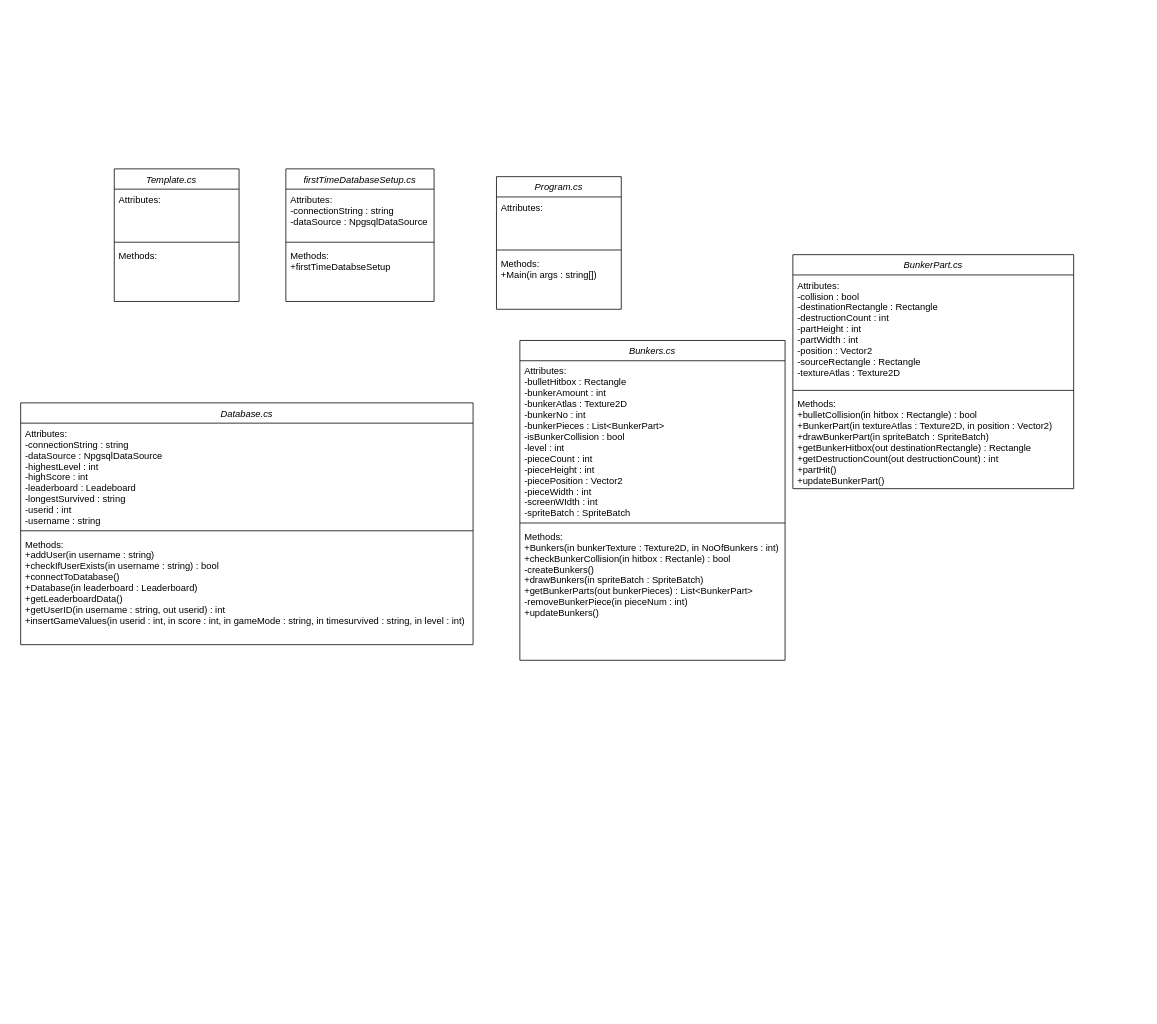
The draw.io diagram Diagrams/ClassDiagramFinal.drawio in Ferogreywolf7/Alien-Attack, before the edit. Source tidied: cells renumbered, new cells numbered last; positions are measured from the earlier drawing's top-left corner, leaving out a move shared by most shapes. Both pictures are drawn from the tidied source at 78%, with x=0, y=0 at pixel (20, 168).
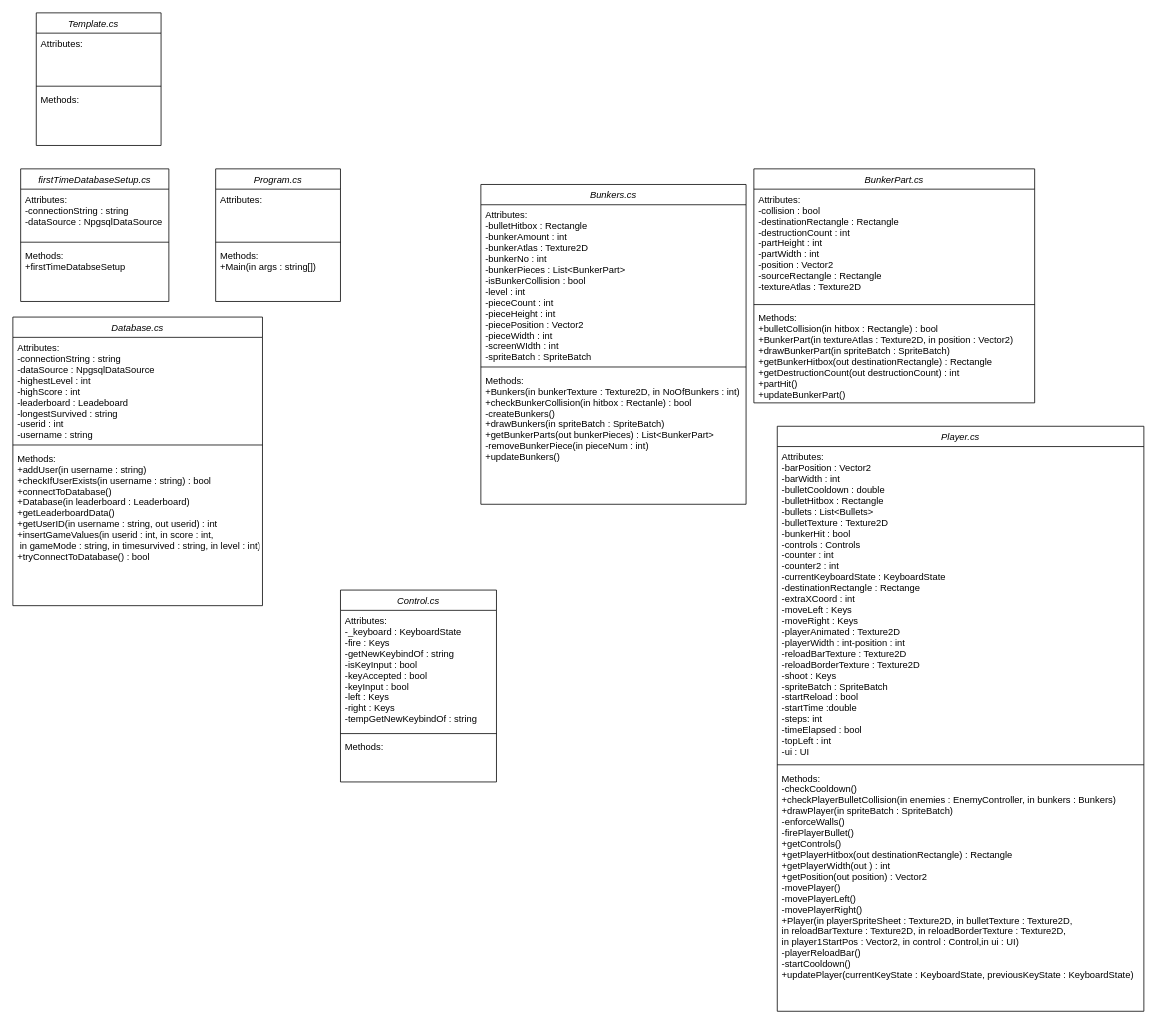
After the change.

Change to the diagram source:
```diff
@@
     <mxCell id="2" value="BunkerPart.cs" style="swimlane;fontStyle=2;align=center;verticalAlign=top;horizontal=1;startSize=26;rounded=0;shadow=0;strokeWidth=1;" parent="1" vertex="1">
-      <mxGeometry x="990" y="110" width="360" height="300" as="geometry" />
+      <mxGeometry x="940" width="360" height="300" as="geometry" />
     </mxCell>
@@
     <mxCell id="6" value="Template.cs    " style="swimlane;fontStyle=2;align=center;verticalAlign=top;horizontal=1;startSize=26;rounded=0;shadow=0;strokeWidth=1;" parent="1" vertex="1">
-      <mxGeometry x="120" width="160" height="170" as="geometry" />
+      <mxGeometry x="20" y="-200" width="160" height="170" as="geometry" />
     </mxCell>
@@
     <mxCell id="10" value="Bunkers.cs" style="swimlane;fontStyle=2;align=center;verticalAlign=top;horizontal=1;startSize=26;rounded=0;shadow=0;strokeWidth=1;" parent="1" vertex="1">
-      <mxGeometry x="640" y="220" width="340" height="410" as="geometry" />
+      <mxGeometry x="590" y="20" width="340" height="410" as="geometry" />
     </mxCell>
@@
     <mxCell id="14" value="Program.cs" style="swimlane;fontStyle=2;align=center;verticalAlign=top;horizontal=1;startSize=26;rounded=0;shadow=0;strokeWidth=1;" parent="1" vertex="1">
-      <mxGeometry x="610" y="10" width="160" height="170" as="geometry" />
+      <mxGeometry x="250" width="160" height="170" as="geometry" />
     </mxCell>
@@
     <mxCell id="18" value="firstTimeDatabaseSetup.cs" style="swimlane;fontStyle=2;align=center;verticalAlign=top;horizontal=1;startSize=26;rounded=0;shadow=0;strokeWidth=1;" parent="1" vertex="1">
-      <mxGeometry x="340" width="190" height="170" as="geometry" />
+      <mxGeometry width="190" height="170" as="geometry" />
     </mxCell>
@@
     <mxCell id="22" value="Database.cs" style="swimlane;fontStyle=2;align=center;verticalAlign=top;horizontal=1;startSize=26;rounded=0;shadow=0;strokeWidth=1;" parent="1" vertex="1">
-      <mxGeometry y="300" width="580" height="310" as="geometry" />
+      <mxGeometry x="-10" y="190" width="320" height="370" as="geometry" />
     </mxCell>
     <mxCell id="23" value="Attributes:&#10;-connectionString : string&#10;-dataSource : NpgsqlDataSource&#10;-highestLevel : int&#10;-highScore : int&#10;-leaderboard : Leadeboard&#10;-longestSurvived : string&#10;-userid : int&#10;-username : string" style="text;align=left;verticalAlign=top;spacingLeft=4;spacingRight=4;overflow=hidden;" parent="22" vertex="1">
-      <mxGeometry y="26" width="580" height="134" as="geometry" />
+      <mxGeometry y="26" width="320" height="134" as="geometry" />
     </mxCell>
     <mxCell id="24" style="line;html=1;strokeWidth=1;align=left;verticalAlign=middle;spacingTop=-1;spacingLeft=3;spacingRight=3;labelPosition=right;" parent="22" vertex="1">
-      <mxGeometry y="160" width="580" height="8" as="geometry" />
+      <mxGeometry y="160" width="320" height="8" as="geometry" />
     </mxCell>
-    <mxCell id="25" value="Methods:&#10;+addUser(in username : string)&#10;+checkIfUserExists(in username : string) : bool&#10;+connectToDatabase()&#10;+Database(in leaderboard : Leaderboard)&#10;+getLeaderboardData()&#10;+getUserID(in username : string, out userid) : int&#10;+insertGameValues(in userid : int, in score : int, in gameMode : string, in timesurvived : string, in level : int)" style="text;align=left;verticalAlign=top;spacingLeft=4;spacingRight=4;overflow=hidden;" parent="22" vertex="1">
-      <mxGeometry y="168" width="580" height="142" as="geometry" />
+    <mxCell id="25" value="Methods:&#10;+addUser(in username : string)&#10;+checkIfUserExists(in username : string) : bool&#10;+connectToDatabase()&#10;+Database(in leaderboard : Leaderboard)&#10;+getLeaderboardData()&#10;+getUserID(in username : string, out userid) : int&#10;+insertGameValues(in userid : int, in score : int,&#10; in gameMode : string, in timesurvived : string, in level : int)&#10;+tryConnectToDatabase() : bool" style="text;align=left;verticalAlign=top;spacingLeft=4;spacingRight=4;overflow=hidden;" parent="22" vertex="1">
+      <mxGeometry y="168" width="320" height="202" as="geometry" />
     </mxCell>
+    <mxCell id="26" value="Player.cs" style="swimlane;fontStyle=2;align=center;verticalAlign=top;horizontal=1;startSize=26;rounded=0;shadow=0;strokeWidth=1;" parent="1" vertex="1">
+      <mxGeometry x="970" y="330" width="470" height="750" as="geometry" />
+    </mxCell>
+    <mxCell id="27" value="Attributes:&#10;-barPosition : Vector2&#10;-barWidth : int&#10;-bulletCooldown : double&#10;-bulletHitbox : Rectangle&#10;-bullets : List&lt;Bullets&gt;&#10;-bulletTexture : Texture2D&#10;-bunkerHit : bool&#10;-controls : Controls&#10;-counter : int&#10;-counter2 : int&#10;-currentKeyboardState : KeyboardState&#10;-destinationRectangle : Rectange&#10;-extraXCoord : int&#10;-moveLeft : Keys&#10;-moveRight : Keys&#10;-playerAnimated : Texture2D&#10;-playerWidth : int-position : int&#10;-reloadBarTexture : Texture2D&#10;-reloadBorderTexture : Texture2D&#10;-shoot : Keys&#10;-spriteBatch : SpriteBatch&#10;-startReload : bool&#10;-startTime :double&#10;-steps: int&#10;-timeElapsed : bool&#10;-topLeft : int&#10;-ui : UI" style="text;align=left;verticalAlign=top;spacingLeft=4;spacingRight=4;overflow=hidden;" parent="26" vertex="1">
+      <mxGeometry y="26" width="470" height="404" as="geometry" />
+    </mxCell>
+    <mxCell id="28" style="line;html=1;strokeWidth=1;align=left;verticalAlign=middle;spacingTop=-1;spacingLeft=3;spacingRight=3;labelPosition=right;" parent="26" vertex="1">
+      <mxGeometry y="430" width="470" height="8" as="geometry" />
+    </mxCell>
+    <mxCell id="29" value="Methods:&#10;-checkCooldown()&#10;+checkPlayerBulletCollision(in enemies : EnemyController, in bunkers : Bunkers)&#10;+drawPlayer(in spriteBatch : SpriteBatch)&#10;-enforceWalls()&#10;-firePlayerBullet()&#10;+getControls()&#10;+getPlayerHitbox(out destinationRectangle) : Rectangle&#10;+getPlayerWidth(out ) : int&#10;+getPosition(out position) : Vector2&#10;-movePlayer()&#10;-movePlayerLeft()&#10;-movePlayerRight()&#10;+Player(in playerSpriteSheet : Texture2D, in bulletTexture : Texture2D, &#10;in reloadBarTexture : Texture2D, in reloadBorderTexture : Texture2D,&#10;in player1StartPos : Vector2, in control : Control,in ui : UI)&#10;-playerReloadBar()&#10;-startCooldown()&#10;+updatePlayer(currentKeyState : KeyboardState, previousKeyState : KeyboardState)" style="text;align=left;verticalAlign=top;spacingLeft=4;spacingRight=4;overflow=hidden;" parent="26" vertex="1">
+      <mxGeometry y="438" width="470" height="282" as="geometry" />
+    </mxCell>
+    <mxCell id="30" value="Control.cs" style="swimlane;fontStyle=2;align=center;verticalAlign=top;horizontal=1;startSize=26;rounded=0;shadow=0;strokeWidth=1;" parent="1" vertex="1">
+      <mxGeometry x="410" y="540" width="200" height="246" as="geometry" />
+    </mxCell>
+    <mxCell id="31" value="Attributes:&#10;-_keyboard : KeyboardState&#10;-fire : Keys&#10;-getNewKeybindOf : string&#10;-isKeyInput : bool&#10;-keyAccepted : bool&#10;-keyInput : bool&#10;-left : Keys&#10;-right : Keys&#10;-tempGetNewKeybindOf : string" style="text;align=left;verticalAlign=top;spacingLeft=4;spacingRight=4;overflow=hidden;" parent="30" vertex="1">
+      <mxGeometry y="26" width="200" height="154" as="geometry" />
+    </mxCell>
+    <mxCell id="32" style="line;html=1;strokeWidth=1;align=left;verticalAlign=middle;spacingTop=-1;spacingLeft=3;spacingRight=3;labelPosition=right;" parent="30" vertex="1">
+      <mxGeometry y="180" width="200" height="8" as="geometry" />
+    </mxCell>
+    <mxCell id="33" value="Methods:" style="text;align=left;verticalAlign=top;spacingLeft=4;spacingRight=4;overflow=hidden;" parent="30" vertex="1">
+      <mxGeometry y="188" width="200" height="58" as="geometry" />
+    </mxCell>
```
